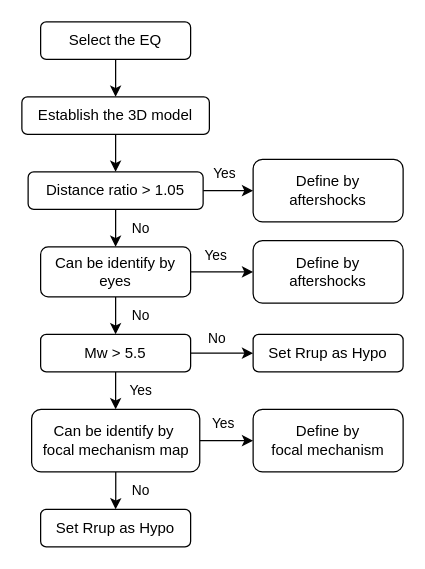
Earlier version of the draw.io diagram Rupture plane workflow.drawio (chelseahuei/draw.io). Source tidied: cells renumbered, new cells numbered last; positions are measured from the earlier drawing's top-left corner, leaving out a move shared by most shapes. Both pictures are drawn from the tidied source at 125%, with x=0, y=0 at pixel (21, 21).
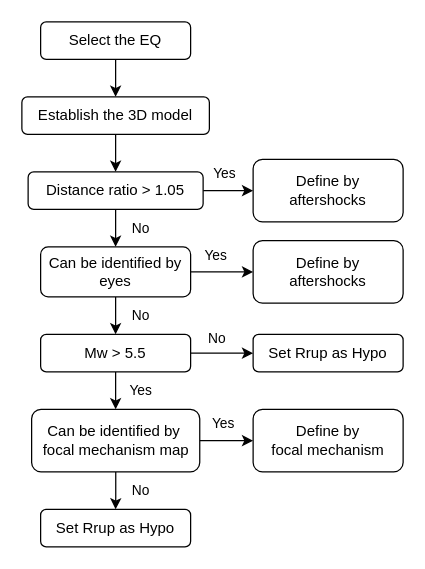
After the change.

The edit, as a diff of the source:
```diff
@@
-    <mxCell id="10" value="Can be identify by eyes" style="rounded=1;whiteSpace=wrap;html=1;fontSize=12;glass=0;strokeWidth=1;shadow=0;" parent="1" vertex="1">
+    <mxCell id="10" value="Can be identified by eyes" style="rounded=1;whiteSpace=wrap;html=1;fontSize=12;glass=0;strokeWidth=1;shadow=0;" parent="1" vertex="1">
       <mxGeometry x="15" y="180" width="120" height="40" as="geometry" />
     </mxCell>
@@
-    <mxCell id="22" value="Can be identify by&amp;nbsp;&lt;div&gt;focal mechanism map&lt;/div&gt;" style="rounded=1;whiteSpace=wrap;html=1;" parent="1" vertex="1">
+    <mxCell id="22" value="Can be identified&amp;nbsp;by&amp;nbsp;&lt;div&gt;focal mechanism map&lt;/div&gt;" style="rounded=1;whiteSpace=wrap;html=1;" parent="1" vertex="1">
       <mxGeometry x="7.8" y="310" width="134.5" height="50" as="geometry" />
     </mxCell>
```
